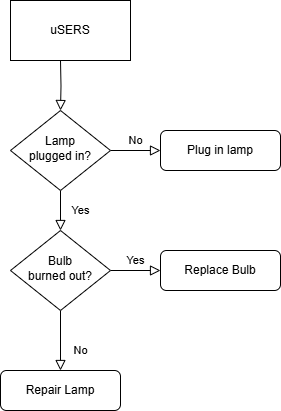
Before: Untitled Diagram.drawio.png, a diagram exported from draw.io (Papi1997/Ecommerce_ERD). Source tidied: cells renumbered, new cells last; positions are measured from the earlier drawing's top-left corner, leaving out a move shared by most shapes.
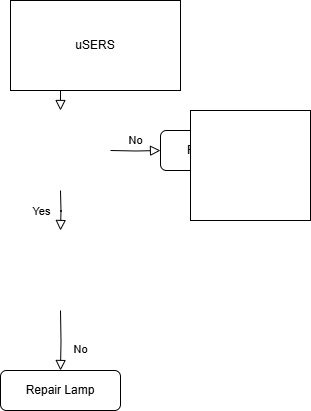
The same diagram one commit later.

Diff of the diagram source:
```diff
@@ -2,40 +2,39 @@
   <root>
     <mxCell id="0" />
     <mxCell id="1" parent="0" />
-    <mxCell id="2" style="rounded=0;html=1;jettySize=auto;fontSize=11;endArrow=block;endFill=0;endSize=8;strokeWidth=1;shadow=0;labelBackgroundColor=none;edgeStyle=orthogonalEdgeStyle;" parent="1" edge="1" target="5">
+    <mxCell id="2" style="rounded=0;html=1;jettySize=auto;orthogonalLoop=1;fontSize=11;endArrow=block;endFill=0;endSize=8;strokeWidth=1;shadow=0;labelBackgroundColor=none;edgeStyle=orthogonalEdgeStyle;" parent="1" edge="1">
       <mxGeometry relative="1" as="geometry">
         <mxPoint x="60" y="60" as="sourcePoint" />
+        <mxPoint x="60" y="110" as="targetPoint" />
       </mxGeometry>
     </mxCell>
-    <mxCell id="3" value="Yes" style="rounded=0;html=1;jettySize=auto;fontSize=11;endArrow=block;endFill=0;endSize=8;strokeWidth=1;shadow=0;labelBackgroundColor=none;edgeStyle=orthogonalEdgeStyle;" parent="1" edge="1" source="5" target="9">
-      <mxGeometry y="20" relative="1" as="geometry" />
+    <mxCell id="3" value="Yes" style="rounded=0;html=1;jettySize=auto;orthogonalLoop=1;fontSize=11;endArrow=block;endFill=0;endSize=8;strokeWidth=1;shadow=0;labelBackgroundColor=none;edgeStyle=orthogonalEdgeStyle;" parent="1" edge="1">
+      <mxGeometry y="20" relative="1" as="geometry">
+        <mxPoint x="60" y="190" as="sourcePoint" />
+        <mxPoint x="60" y="230" as="targetPoint" />
+      </mxGeometry>
     </mxCell>
-    <mxCell id="4" value="No" style="edgeStyle=orthogonalEdgeStyle;rounded=0;html=1;jettySize=auto;fontSize=11;endArrow=block;endFill=0;endSize=8;strokeWidth=1;shadow=0;labelBackgroundColor=none;" parent="1" edge="1" source="5" target="6">
-      <mxGeometry y="10" relative="1" as="geometry" />
+    <mxCell id="4" value="No" style="edgeStyle=orthogonalEdgeStyle;rounded=0;html=1;jettySize=auto;fontSize=11;endArrow=block;endFill=0;endSize=8;strokeWidth=1;shadow=0;labelBackgroundColor=none;" parent="1" edge="1" target="6">
+      <mxGeometry y="10" relative="1" as="geometry">
+        <mxPoint x="110" y="150" as="sourcePoint" />
+      </mxGeometry>
     </mxCell>
-    <mxCell id="5" value="Lamp&lt;br&gt;plugged in?" style="rhombus;whiteSpace=wrap;html=1;shadow=0;fontFamily=Helvetica;fontSize=12;align=center;strokeWidth=1;spacing=6;spacingTop=-4;" parent="1" vertex="1">
-      <mxGeometry x="10" y="110" width="100" height="80" as="geometry" />
-    </mxCell>
     <mxCell id="6" value="Plug in lamp" style="rounded=1;whiteSpace=wrap;html=1;fontSize=12;glass=0;strokeWidth=1;shadow=0;" parent="1" vertex="1">
       <mxGeometry x="160" y="130" width="120" height="40" as="geometry" />
     </mxCell>
-    <mxCell id="7" value="No" style="rounded=0;html=1;jettySize=auto;fontSize=11;endArrow=block;endFill=0;endSize=8;strokeWidth=1;shadow=0;labelBackgroundColor=none;edgeStyle=orthogonalEdgeStyle;" parent="1" edge="1" source="9" target="10">
-      <mxGeometry x="0.33" y="20" relative="1" as="geometry" />
+    <mxCell id="7" value="No" style="rounded=0;html=1;jettySize=auto;fontSize=11;endArrow=block;endFill=0;endSize=8;strokeWidth=1;shadow=0;labelBackgroundColor=none;edgeStyle=orthogonalEdgeStyle;" parent="1" edge="1" target="10">
+      <mxGeometry x="0.33" y="20" relative="1" as="geometry">
+        <mxPoint x="60" y="310" as="sourcePoint" />
+      </mxGeometry>
     </mxCell>
-    <mxCell id="8" value="Yes" style="edgeStyle=orthogonalEdgeStyle;rounded=0;html=1;jettySize=auto;fontSize=11;endArrow=block;endFill=0;endSize=8;strokeWidth=1;shadow=0;labelBackgroundColor=none;" parent="1" edge="1" source="9" target="11">
-      <mxGeometry y="10" relative="1" as="geometry" />
-    </mxCell>
-    <mxCell id="9" value="Bulb&lt;br&gt;burned out?" style="rhombus;whiteSpace=wrap;html=1;shadow=0;fontFamily=Helvetica;fontSize=12;align=center;strokeWidth=1;spacing=6;spacingTop=-4;" parent="1" vertex="1">
-      <mxGeometry x="10" y="230" width="100" height="80" as="geometry" />
-    </mxCell>
     <mxCell id="10" value="Repair Lamp" style="rounded=1;whiteSpace=wrap;html=1;fontSize=12;glass=0;strokeWidth=1;shadow=0;" parent="1" vertex="1">
       <mxGeometry y="370" width="120" height="40" as="geometry" />
     </mxCell>
-    <mxCell id="11" value="Replace Bulb" style="rounded=1;whiteSpace=wrap;html=1;fontSize=12;glass=0;strokeWidth=1;shadow=0;" parent="1" vertex="1">
-      <mxGeometry x="160" y="250" width="120" height="40" as="geometry" />
-    </mxCell>
     <mxCell id="12" value="uSERS" style="rounded=0;whiteSpace=wrap;html=1;" parent="1" vertex="1">
-      <mxGeometry x="10" width="120" height="60" as="geometry" />
+      <mxGeometry x="10" width="170" height="90" as="geometry" />
     </mxCell>
+    <mxCell id="13" style="rounded=0;whiteSpace=wrap;html=1;" parent="1" vertex="1">
+      <mxGeometry x="190" y="110" width="120" height="110" as="geometry" />
+    </mxCell>
   </root>
 </mxGraphModel>
```
